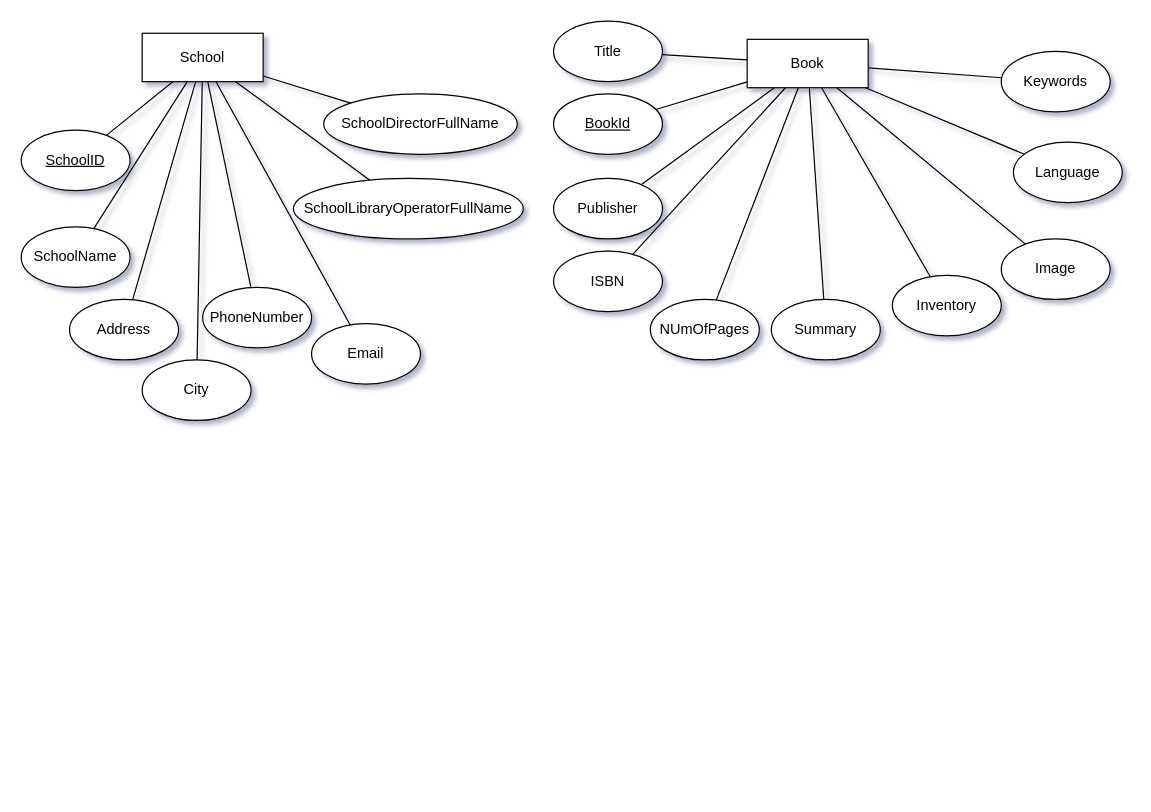
The draw.io diagram Untitled Diagram.drawio in ntua-el19877/Databases, before the edit. Source tidied: cells renumbered, new cells numbered last; positions are measured from the earlier drawing's top-left corner, leaving out a move shared by most shapes. Both pictures are drawn from the tidied source at 121%, with x=0, y=0 at pixel (21, 21).
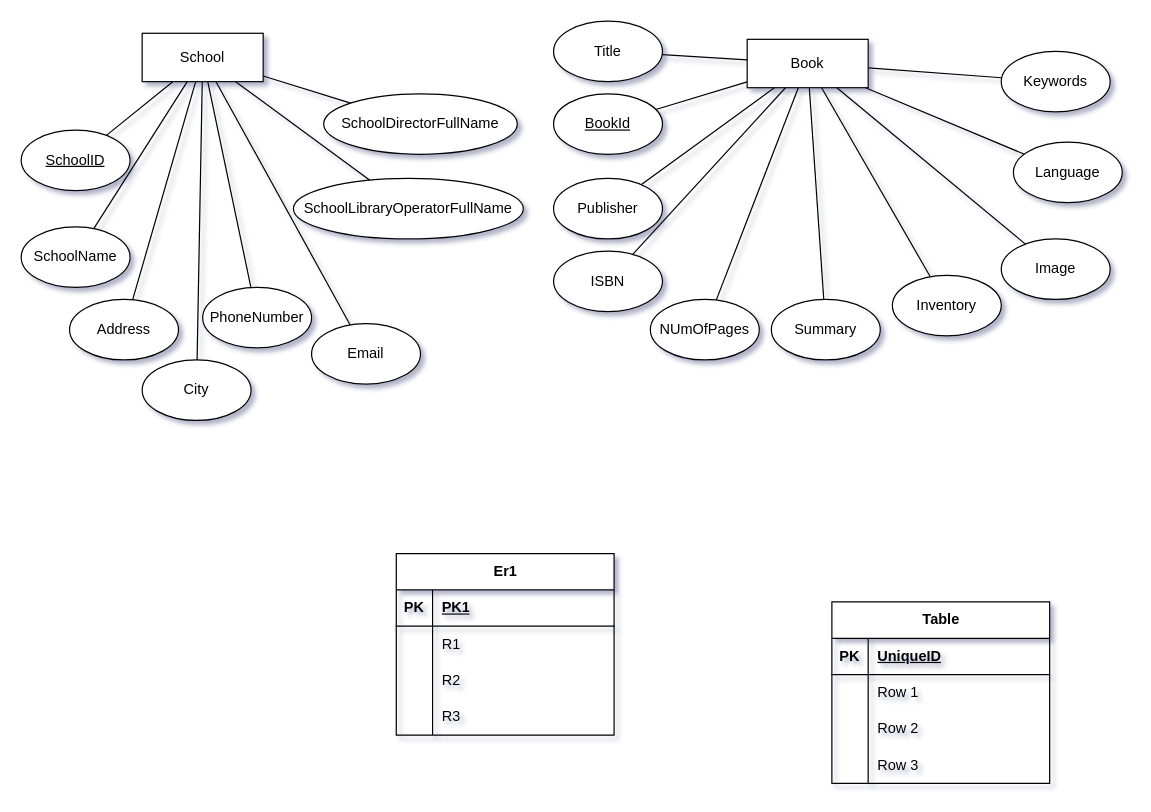
The same page after the edit.

Change to the diagram source:
```diff
@@
+    <mxCell id="40" value="Er1" style="shape=table;startSize=30;childLayout=tableLayout;rowLines=0;fontStyle=1;align=center;html=1;" parent="1" vertex="1">
+      <mxGeometry x="310" y="440" width="180" height="150" as="geometry" />
+    </mxCell>
+    <mxCell id="41" style="shape=tableRow;horizontal=0;startSize=0;swimlaneHead=0;swimlaneBody=0;fillColor=none;top=0;left=0;right=0;bottom=1;" parent="40" vertex="1">
+      <mxGeometry y="30" width="180" height="30" as="geometry" />
+    </mxCell>
+    <mxCell id="42" value="PK" style="shape=partialRectangle;fillColor=none;top=0;left=0;bottom=0;right=0;fontStyle=1;overflow=hidden;whiteSpace=wrap;html=1;" parent="41" vertex="1">
+      <mxGeometry width="30" height="30" as="geometry" />
+    </mxCell>
+    <mxCell id="43" value="PK1" style="shape=partialRectangle;fillColor=none;top=0;left=0;bottom=0;right=0;align=left;spacingLeft=6;fontStyle=5;overflow=hidden;whiteSpace=wrap;html=1;" parent="41" vertex="1">
+      <mxGeometry x="30" width="150" height="30" as="geometry" />
+    </mxCell>
+    <mxCell id="44" style="shape=tableRow;horizontal=0;startSize=0;swimlaneHead=0;swimlaneBody=0;fillColor=none;top=0;left=0;right=0;bottom=0;" parent="40" vertex="1">
+      <mxGeometry y="60" width="180" height="30" as="geometry" />
+    </mxCell>
+    <mxCell id="45" style="shape=partialRectangle;fillColor=none;top=0;left=0;bottom=0;right=0;overflow=hidden;whiteSpace=wrap;html=1;" parent="44" vertex="1">
+      <mxGeometry width="30" height="30" as="geometry" />
+    </mxCell>
+    <mxCell id="46" value="R1" style="shape=partialRectangle;fillColor=none;top=0;left=0;bottom=0;right=0;align=left;spacingLeft=6;overflow=hidden;whiteSpace=wrap;html=1;" parent="44" vertex="1">
+      <mxGeometry x="30" width="150" height="30" as="geometry" />
+    </mxCell>
+    <mxCell id="47" style="shape=tableRow;horizontal=0;startSize=0;swimlaneHead=0;swimlaneBody=0;fillColor=none;top=0;left=0;right=0;bottom=0;" parent="40" vertex="1">
+      <mxGeometry y="90" width="180" height="30" as="geometry" />
+    </mxCell>
+    <mxCell id="48" style="shape=partialRectangle;fillColor=none;top=0;left=0;bottom=0;right=0;overflow=hidden;whiteSpace=wrap;html=1;" parent="47" vertex="1">
+      <mxGeometry width="30" height="30" as="geometry" />
+    </mxCell>
+    <mxCell id="49" value="R2" style="shape=partialRectangle;fillColor=none;top=0;left=0;bottom=0;right=0;align=left;spacingLeft=6;overflow=hidden;whiteSpace=wrap;html=1;" parent="47" vertex="1">
+      <mxGeometry x="30" width="150" height="30" as="geometry" />
+    </mxCell>
+    <mxCell id="50" style="shape=tableRow;horizontal=0;startSize=0;swimlaneHead=0;swimlaneBody=0;fillColor=none;top=0;left=0;right=0;bottom=0;" parent="40" vertex="1">
+      <mxGeometry y="120" width="180" height="30" as="geometry" />
+    </mxCell>
+    <mxCell id="51" style="shape=partialRectangle;fillColor=none;top=0;left=0;bottom=0;right=0;overflow=hidden;whiteSpace=wrap;html=1;" parent="50" vertex="1">
+      <mxGeometry width="30" height="30" as="geometry" />
+    </mxCell>
+    <mxCell id="52" value="R3" style="shape=partialRectangle;fillColor=none;top=0;left=0;bottom=0;right=0;align=left;spacingLeft=6;overflow=hidden;whiteSpace=wrap;html=1;" parent="50" vertex="1">
+      <mxGeometry x="30" width="150" height="30" as="geometry" />
+    </mxCell>
+    <mxCell id="53" value="Table" style="shape=table;startSize=30;childLayout=tableLayout;rowLines=0;fontStyle=1;align=center;html=1;" parent="1" vertex="1">
+      <mxGeometry x="670" y="480" width="180" height="150" as="geometry" />
+    </mxCell>
+    <mxCell id="54" style="shape=tableRow;horizontal=0;startSize=0;swimlaneHead=0;swimlaneBody=0;fillColor=none;top=0;left=0;right=0;bottom=1;" parent="53" vertex="1">
+      <mxGeometry y="30" width="180" height="30" as="geometry" />
+    </mxCell>
+    <mxCell id="55" value="PK" style="shape=partialRectangle;fillColor=none;top=0;left=0;bottom=0;right=0;fontStyle=1;overflow=hidden;whiteSpace=wrap;html=1;" parent="54" vertex="1">
+      <mxGeometry width="30" height="30" as="geometry" />
+    </mxCell>
+    <mxCell id="56" value="UniqueID" style="shape=partialRectangle;fillColor=none;top=0;left=0;bottom=0;right=0;align=left;spacingLeft=6;fontStyle=5;overflow=hidden;whiteSpace=wrap;html=1;" parent="54" vertex="1">
+      <mxGeometry x="30" width="150" height="30" as="geometry" />
+    </mxCell>
+    <mxCell id="57" style="shape=tableRow;horizontal=0;startSize=0;swimlaneHead=0;swimlaneBody=0;fillColor=none;top=0;left=0;right=0;bottom=0;" parent="53" vertex="1">
+      <mxGeometry y="60" width="180" height="30" as="geometry" />
+    </mxCell>
+    <mxCell id="58" style="shape=partialRectangle;fillColor=none;top=0;left=0;bottom=0;right=0;overflow=hidden;whiteSpace=wrap;html=1;" parent="57" vertex="1">
+      <mxGeometry width="30" height="30" as="geometry" />
+    </mxCell>
+    <mxCell id="59" value="Row 1" style="shape=partialRectangle;fillColor=none;top=0;left=0;bottom=0;right=0;align=left;spacingLeft=6;overflow=hidden;whiteSpace=wrap;html=1;" parent="57" vertex="1">
+      <mxGeometry x="30" width="150" height="30" as="geometry" />
+    </mxCell>
+    <mxCell id="60" style="shape=tableRow;horizontal=0;startSize=0;swimlaneHead=0;swimlaneBody=0;fillColor=none;top=0;left=0;right=0;bottom=0;" parent="53" vertex="1">
+      <mxGeometry y="90" width="180" height="30" as="geometry" />
+    </mxCell>
+    <mxCell id="61" style="shape=partialRectangle;fillColor=none;top=0;left=0;bottom=0;right=0;overflow=hidden;whiteSpace=wrap;html=1;" parent="60" vertex="1">
+      <mxGeometry width="30" height="30" as="geometry" />
+    </mxCell>
+    <mxCell id="62" value="Row 2" style="shape=partialRectangle;fillColor=none;top=0;left=0;bottom=0;right=0;align=left;spacingLeft=6;overflow=hidden;whiteSpace=wrap;html=1;" parent="60" vertex="1">
+      <mxGeometry x="30" width="150" height="30" as="geometry" />
+    </mxCell>
+    <mxCell id="63" style="shape=tableRow;horizontal=0;startSize=0;swimlaneHead=0;swimlaneBody=0;fillColor=none;top=0;left=0;right=0;bottom=0;" parent="53" vertex="1">
+      <mxGeometry y="120" width="180" height="30" as="geometry" />
+    </mxCell>
+    <mxCell id="64" style="shape=partialRectangle;fillColor=none;top=0;left=0;bottom=0;right=0;overflow=hidden;whiteSpace=wrap;html=1;" parent="63" vertex="1">
+      <mxGeometry width="30" height="30" as="geometry" />
+    </mxCell>
+    <mxCell id="65" value="Row 3" style="shape=partialRectangle;fillColor=none;top=0;left=0;bottom=0;right=0;align=left;spacingLeft=6;overflow=hidden;whiteSpace=wrap;html=1;" parent="63" vertex="1">
+      <mxGeometry x="30" width="150" height="30" as="geometry" />
+    </mxCell>
```
